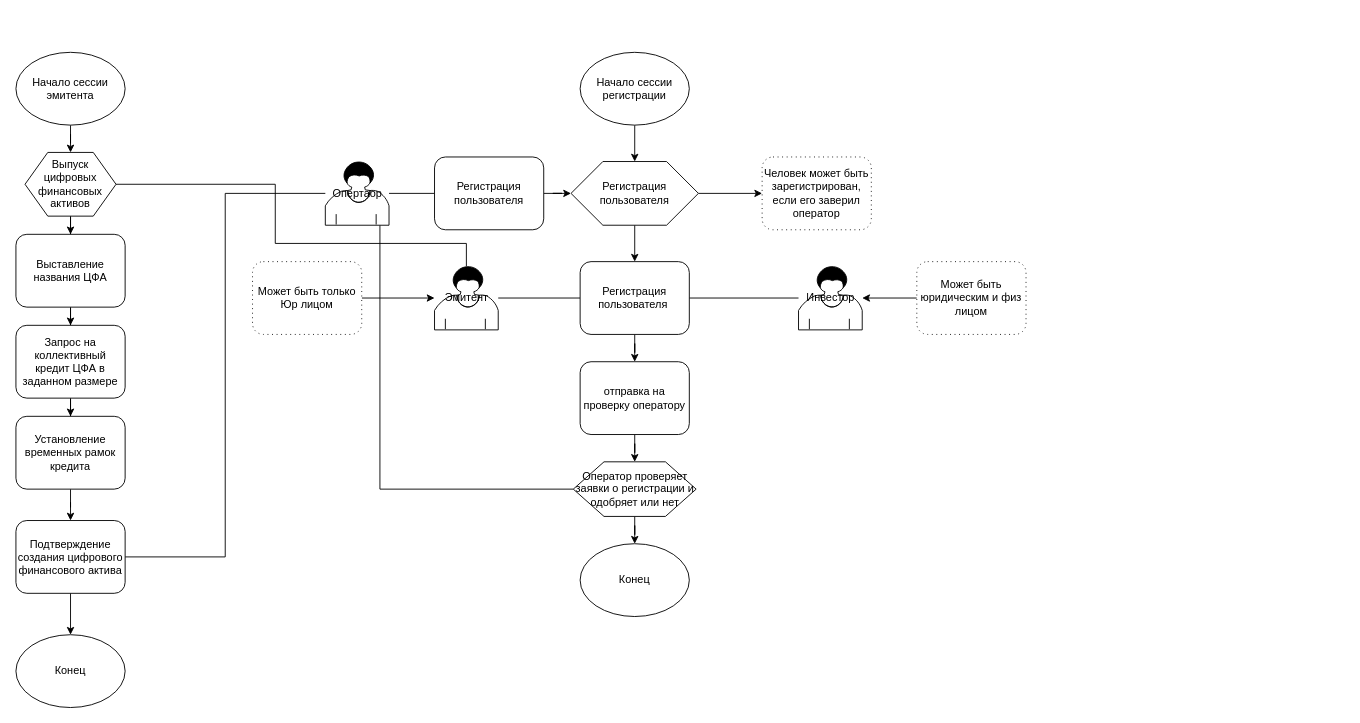
HehexOne/nsd-dtp keeps this draw.io diagram as Buisness process/Алгоритм работы программы.drawio. Above is the earlier version. Source tidied: cells renumbered, new cells numbered last; positions are measured from the earlier drawing's top-left corner, leaving out a move shared by most shapes. Both pictures are drawn from the tidied source at 91%, with x=0, y=0 at pixel (15, 52).
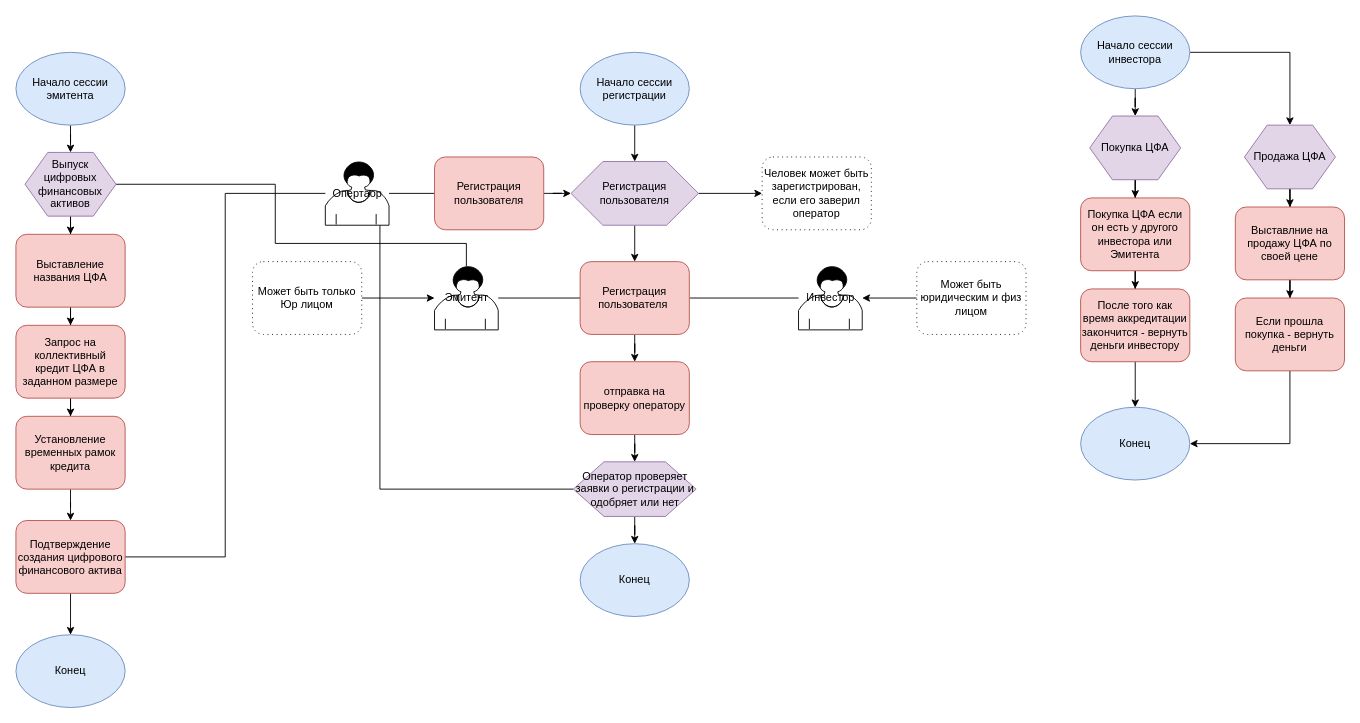
The same page after the edit.

What changed in the source:
```diff
@@
-    <mxCell id="3" value="Начало сессии регистрации" style="ellipse;whiteSpace=wrap;html=1;" parent="1" vertex="1">
+    <mxCell id="3" value="Начало сессии регистрации" style="ellipse;whiteSpace=wrap;html=1;fillColor=#dae8fc;strokeColor=#6c8ebf;" parent="1" vertex="1">
       <mxGeometry x="620" width="120" height="80" as="geometry" />
     </mxCell>
-    <mxCell id="4" value="Конец" style="ellipse;whiteSpace=wrap;html=1;" parent="1" vertex="1">
+    <mxCell id="4" value="Конец" style="ellipse;whiteSpace=wrap;html=1;fillColor=#dae8fc;strokeColor=#6c8ebf;" parent="1" vertex="1">
       <mxGeometry x="620" y="540" width="120" height="80" as="geometry" />
     </mxCell>
@@
-    <mxCell id="7" value="Регистрация пользователя" style="shape=hexagon;html=1;whiteSpace=wrap;perimeter=hexagonPerimeter;rounded=0;" parent="1" vertex="1">
+    <mxCell id="7" value="Регистрация пользователя" style="shape=hexagon;html=1;whiteSpace=wrap;perimeter=hexagonPerimeter;rounded=0;fillColor=#e1d5e7;strokeColor=#9673a6;" parent="1" vertex="1">
       <mxGeometry x="610" y="120" width="140" height="70" as="geometry" />
     </mxCell>
@@
-    <mxCell id="10" value="отправка на проверку оператору" style="shape=ext;rounded=1;html=1;whiteSpace=wrap;" parent="1" vertex="1">
+    <mxCell id="10" value="отправка на проверку оператору" style="shape=ext;rounded=1;html=1;whiteSpace=wrap;fillColor=#f8cecc;strokeColor=#b85450;" parent="1" vertex="1">
       <mxGeometry x="620" y="340" width="120" height="80" as="geometry" />
     </mxCell>
@@
-    <mxCell id="21" value="Регистрация пользователя" style="shape=ext;rounded=1;html=1;whiteSpace=wrap;" parent="1" vertex="1">
+    <mxCell id="21" value="Регистрация пользователя" style="shape=ext;rounded=1;html=1;whiteSpace=wrap;fillColor=#f8cecc;strokeColor=#b85450;" parent="1" vertex="1">
       <mxGeometry x="460" y="115" width="120" height="80" as="geometry" />
     </mxCell>
@@
-    <mxCell id="23" value="Регистрация пользователя&amp;nbsp;" style="shape=ext;rounded=1;html=1;whiteSpace=wrap;" parent="1" vertex="1">
+    <mxCell id="23" value="Регистрация пользователя&amp;nbsp;" style="shape=ext;rounded=1;html=1;whiteSpace=wrap;fillColor=#f8cecc;strokeColor=#b85450;" parent="1" vertex="1">
       <mxGeometry x="620" y="230" width="120" height="80" as="geometry" />
     </mxCell>
@@
-    <mxCell id="29" value="Оператор проверяет заявки о регистрации и одобряет или нет" style="shape=hexagon;html=1;whiteSpace=wrap;perimeter=hexagonPerimeter;rounded=0;" parent="1" vertex="1">
+    <mxCell id="29" value="Оператор проверяет заявки о регистрации и одобряет или нет" style="shape=hexagon;html=1;whiteSpace=wrap;perimeter=hexagonPerimeter;rounded=0;fillColor=#e1d5e7;strokeColor=#9673a6;" parent="1" vertex="1">
       <mxGeometry x="612.5" y="450" width="135" height="60" as="geometry" />
     </mxCell>
@@
-    <mxCell id="31" value="Начало сессии эмитента" style="ellipse;whiteSpace=wrap;html=1;" parent="1" vertex="1">
+    <mxCell id="31" value="Начало сессии эмитента" style="ellipse;whiteSpace=wrap;html=1;fillColor=#dae8fc;strokeColor=#6c8ebf;" parent="1" vertex="1">
       <mxGeometry width="120" height="80" as="geometry" />
     </mxCell>
-    <mxCell id="32" value="Конец" style="ellipse;whiteSpace=wrap;html=1;" parent="1" vertex="1">
+    <mxCell id="32" value="Конец" style="ellipse;whiteSpace=wrap;html=1;fillColor=#dae8fc;strokeColor=#6c8ebf;" parent="1" vertex="1">
       <mxGeometry y="640" width="120" height="80" as="geometry" />
     </mxCell>
@@
-    <mxCell id="34" value="Выпуск цифровых финансовых активов" style="shape=hexagon;html=1;whiteSpace=wrap;perimeter=hexagonPerimeter;rounded=0;" parent="1" vertex="1">
+    <mxCell id="34" value="Выпуск цифровых финансовых активов" style="shape=hexagon;html=1;whiteSpace=wrap;perimeter=hexagonPerimeter;rounded=0;fillColor=#e1d5e7;strokeColor=#9673a6;" parent="1" vertex="1">
       <mxGeometry x="10" y="110" width="100" height="70" as="geometry" />
     </mxCell>
@@
-    <mxCell id="36" value="Подтверждение создания цифрового финансового актива" style="shape=ext;rounded=1;html=1;whiteSpace=wrap;fontFamily=Helvetica;fontSize=12;fontColor=#000000;align=center;strokeColor=#000000;fillColor=#ffffff;" parent="1" vertex="1">
+    <mxCell id="36" value="Подтверждение создания цифрового финансового актива" style="shape=ext;rounded=1;html=1;whiteSpace=wrap;fontFamily=Helvetica;fontSize=12;align=center;strokeColor=#b85450;fillColor=#f8cecc;" parent="1" vertex="1">
       <mxGeometry y="514.5" width="120" height="80" as="geometry" />
     </mxCell>
@@
-    <mxCell id="38" value="Выставление названия ЦФА" style="shape=ext;rounded=1;html=1;whiteSpace=wrap;" parent="1" vertex="1">
+    <mxCell id="38" value="Выставление названия ЦФА" style="shape=ext;rounded=1;html=1;whiteSpace=wrap;fillColor=#f8cecc;strokeColor=#b85450;" parent="1" vertex="1">
       <mxGeometry y="200" width="120" height="80" as="geometry" />
     </mxCell>
@@
-    <mxCell id="40" value="Запрос на коллективный кредит ЦФА в заданном размере" style="shape=ext;rounded=1;html=1;whiteSpace=wrap;" parent="1" vertex="1">
+    <mxCell id="40" value="Запрос на коллективный кредит ЦФА в заданном размере" style="shape=ext;rounded=1;html=1;whiteSpace=wrap;fillColor=#f8cecc;strokeColor=#b85450;" parent="1" vertex="1">
       <mxGeometry y="300" width="120" height="80" as="geometry" />
     </mxCell>
@@
-    <mxCell id="42" value="Установление временных рамок кредита" style="shape=ext;rounded=1;html=1;whiteSpace=wrap;" parent="1" vertex="1">
+    <mxCell id="42" value="Установление временных рамок кредита" style="shape=ext;rounded=1;html=1;whiteSpace=wrap;fillColor=#f8cecc;strokeColor=#b85450;" parent="1" vertex="1">
       <mxGeometry y="400" width="120" height="80" as="geometry" />
     </mxCell>
+    <mxCell id="43" style="edgeStyle=orthogonalEdgeStyle;rounded=0;jettySize=auto;html=1;entryX=0.5;entryY=0;entryDx=0;entryDy=0;endArrow=classic;endFill=1;" parent="1" edge="1" source="45" target="48">
+      <mxGeometry relative="1" as="geometry" />
+    </mxCell>
+    <mxCell id="44" style="edgeStyle=orthogonalEdgeStyle;rounded=0;jettySize=auto;html=1;entryX=0.5;entryY=0;entryDx=0;entryDy=0;endArrow=classic;endFill=1;" parent="1" edge="1" source="45" target="54">
+      <mxGeometry relative="1" as="geometry" />
+    </mxCell>
+    <mxCell id="45" value="Начало сессии инвестора" style="ellipse;whiteSpace=wrap;html=1;fillColor=#dae8fc;strokeColor=#6c8ebf;" parent="1" vertex="1">
+      <mxGeometry x="1170" y="-40" width="120" height="80" as="geometry" />
+    </mxCell>
+    <mxCell id="46" value="Конец" style="ellipse;whiteSpace=wrap;html=1;fillColor=#dae8fc;strokeColor=#6c8ebf;" parent="1" vertex="1">
+      <mxGeometry x="1170" y="390" width="120" height="80" as="geometry" />
+    </mxCell>
+    <mxCell id="47" style="edgeStyle=orthogonalEdgeStyle;rounded=0;jettySize=auto;html=1;endArrow=classic;endFill=1;" parent="1" edge="1" source="48" target="50">
+      <mxGeometry relative="1" as="geometry" />
+    </mxCell>
+    <mxCell id="48" value="Покупка ЦФА" style="shape=hexagon;html=1;whiteSpace=wrap;perimeter=hexagonPerimeter;rounded=0;fillColor=#e1d5e7;strokeColor=#9673a6;" parent="1" vertex="1">
+      <mxGeometry x="1180" y="70" width="100" height="70" as="geometry" />
+    </mxCell>
+    <mxCell id="49" style="edgeStyle=orthogonalEdgeStyle;rounded=0;jettySize=auto;html=1;endArrow=classic;endFill=1;" parent="1" edge="1" source="50" target="52">
+      <mxGeometry relative="1" as="geometry" />
+    </mxCell>
+    <mxCell id="50" value="Покупка ЦФА если он есть у другого инвестора или Эмитента" style="shape=ext;rounded=1;html=1;whiteSpace=wrap;fillColor=#f8cecc;strokeColor=#b85450;" parent="1" vertex="1">
+      <mxGeometry x="1170" y="160" width="120" height="80" as="geometry" />
+    </mxCell>
+    <mxCell id="51" style="edgeStyle=orthogonalEdgeStyle;rounded=0;jettySize=auto;html=1;entryX=0.5;entryY=0;entryDx=0;entryDy=0;endArrow=classic;endFill=1;" parent="1" edge="1" source="52" target="46">
+      <mxGeometry relative="1" as="geometry" />
+    </mxCell>
+    <mxCell id="52" value="После того как время аккредитации закончится - вернуть деньги инвестору" style="shape=ext;rounded=1;html=1;whiteSpace=wrap;fillColor=#f8cecc;strokeColor=#b85450;" parent="1" vertex="1">
+      <mxGeometry x="1170" y="260" width="120" height="80" as="geometry" />
+    </mxCell>
+    <mxCell id="53" style="edgeStyle=orthogonalEdgeStyle;rounded=0;jettySize=auto;html=1;entryX=0.5;entryY=0;entryDx=0;entryDy=0;endArrow=classic;endFill=1;" parent="1" edge="1" source="54" target="56">
+      <mxGeometry relative="1" as="geometry" />
+    </mxCell>
+    <mxCell id="54" value="Продажа ЦФА" style="shape=hexagon;html=1;whiteSpace=wrap;perimeter=hexagonPerimeter;rounded=0;fillColor=#e1d5e7;strokeColor=#9673a6;" parent="1" vertex="1">
+      <mxGeometry x="1350" y="80" width="100" height="70" as="geometry" />
+    </mxCell>
+    <mxCell id="55" style="edgeStyle=orthogonalEdgeStyle;rounded=0;jettySize=auto;html=1;entryX=0.5;entryY=0;entryDx=0;entryDy=0;endArrow=classic;endFill=1;" parent="1" edge="1" source="56" target="58">
+      <mxGeometry relative="1" as="geometry" />
+    </mxCell>
+    <mxCell id="56" value="Выставлние на продажу ЦФА по своей цене" style="shape=ext;rounded=1;html=1;whiteSpace=wrap;fillColor=#f8cecc;strokeColor=#b85450;" parent="1" vertex="1">
+      <mxGeometry x="1340" y="170" width="120" height="80" as="geometry" />
+    </mxCell>
+    <mxCell id="57" style="edgeStyle=orthogonalEdgeStyle;rounded=0;jettySize=auto;html=1;endArrow=classic;endFill=1;" parent="1" edge="1" source="58" target="46">
+      <mxGeometry relative="1" as="geometry">
+        <Array as="points">
+          <mxPoint x="1400" y="430" />
+        </Array>
+      </mxGeometry>
+    </mxCell>
+    <mxCell id="58" value="Если прошла покупка - вернуть деньги" style="shape=ext;rounded=1;html=1;whiteSpace=wrap;fillColor=#f8cecc;strokeColor=#b85450;" parent="1" vertex="1">
+      <mxGeometry x="1340" y="270" width="120" height="80" as="geometry" />
+    </mxCell>
```
